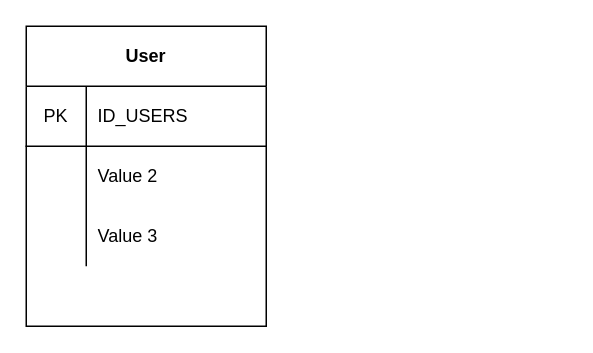
This is tab.drawio from mariapiagianguzzi/php-oop-2, a draw.io file, before an edit. Source tidied: cells renumbered, new cells numbered last; positions are measured from the earlier drawing's top-left corner, leaving out a move shared by most shapes. Both pictures are drawn from the tidied source at 150%, with x=0, y=0 at pixel (26, 26).
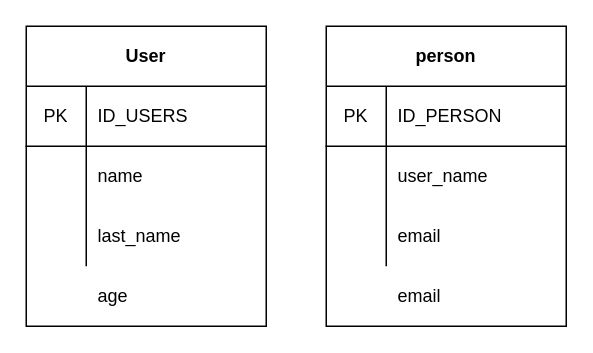
After the change.

Unchanged cells that the change refers to:
```xml
<mxCell id="6" style="shape=partialRectangle;html=1;whiteSpace=wrap;fillColor=none;top=0;left=0;bottom=0;right=0;" parent="2" vertex="1">
  <mxGeometry y="80" width="160" height="40" as="geometry" />
</mxCell>
<mxCell id="9" style="shape=partialRectangle;html=1;whiteSpace=wrap;fillColor=none;top=0;left=0;bottom=0;right=0;" parent="2" vertex="1">
  <mxGeometry y="120" width="160" height="40" as="geometry" />
</mxCell>
```

Change to the diagram source:
```diff
@@
-    <mxCell id="8" value="Value 2" style="shape=partialRectangle;html=1;whiteSpace=wrap;fillColor=none;top=0;left=0;bottom=0;right=0;align=left;spacingLeft=6;overflow=hidden;" parent="6" vertex="1">
+    <mxCell id="8" value="name" style="shape=partialRectangle;html=1;whiteSpace=wrap;fillColor=none;top=0;left=0;bottom=0;right=0;align=left;spacingLeft=6;overflow=hidden;" parent="6" vertex="1">
       <mxGeometry x="40" width="120" height="40" as="geometry" />
     </mxCell>
@@
-    <mxCell id="11" value="Value 3" style="shape=partialRectangle;html=1;whiteSpace=wrap;fillColor=none;top=0;left=0;bottom=0;right=0;align=left;spacingLeft=6;overflow=hidden;" parent="9" vertex="1">
+    <mxCell id="11" value="last_name" style="shape=partialRectangle;html=1;whiteSpace=wrap;fillColor=none;top=0;left=0;bottom=0;right=0;align=left;spacingLeft=6;overflow=hidden;" parent="9" vertex="1">
       <mxGeometry x="40" width="120" height="40" as="geometry" />
     </mxCell>
+    <mxCell id="12" style="shape=partialRectangle;html=1;whiteSpace=wrap;fillColor=none;top=0;left=0;bottom=0;right=0;" parent="1" vertex="1">
+      <mxGeometry y="160" width="160" height="40" as="geometry" />
+    </mxCell>
+    <mxCell id="13" style="shape=partialRectangle;html=1;whiteSpace=wrap;fillColor=none;top=0;left=0;bottom=0;right=0;overflow=hidden;" parent="12" vertex="1">
+      <mxGeometry width="40" height="40" as="geometry" />
+    </mxCell>
+    <mxCell id="14" style="shape=partialRectangle;html=1;whiteSpace=wrap;fillColor=none;top=0;left=0;bottom=0;right=0;" parent="1" vertex="1">
+      <mxGeometry y="160" width="160" height="40" as="geometry" />
+    </mxCell>
+    <mxCell id="15" style="shape=partialRectangle;html=1;whiteSpace=wrap;fillColor=none;top=0;left=0;bottom=0;right=0;overflow=hidden;" parent="14" vertex="1">
+      <mxGeometry width="40" height="40" as="geometry" />
+    </mxCell>
+    <mxCell id="16" value="age" style="shape=partialRectangle;html=1;whiteSpace=wrap;fillColor=none;top=0;left=0;bottom=0;right=0;align=left;spacingLeft=6;overflow=hidden;" parent="14" vertex="1">
+      <mxGeometry x="40" width="120" height="40" as="geometry" />
+    </mxCell>
+    <mxCell id="17" value="person" style="shape=table;html=1;whiteSpace=wrap;startSize=40;childLayout=tableLayout;rowLines=0;fontStyle=1;align=center;" parent="1" vertex="1">
+      <mxGeometry x="200" width="160" height="200" as="geometry" />
+    </mxCell>
+    <mxCell id="18" style="shape=partialRectangle;html=1;whiteSpace=wrap;fillColor=none;top=0;left=0;bottom=1;right=0;" parent="17" vertex="1">
+      <mxGeometry y="40" width="160" height="40" as="geometry" />
+    </mxCell>
+    <mxCell id="19" value="PK" style="shape=partialRectangle;html=1;whiteSpace=wrap;fillColor=none;top=0;left=0;bottom=0;right=0;overflow=hidden;" parent="18" vertex="1">
+      <mxGeometry width="40" height="40" as="geometry" />
+    </mxCell>
+    <mxCell id="20" value="ID_PERSON" style="shape=partialRectangle;html=1;whiteSpace=wrap;fillColor=none;top=0;left=0;bottom=0;right=0;align=left;spacingLeft=6;overflow=hidden;" parent="18" vertex="1">
+      <mxGeometry x="40" width="120" height="40" as="geometry" />
+    </mxCell>
+    <mxCell id="21" style="shape=partialRectangle;html=1;whiteSpace=wrap;fillColor=none;top=0;left=0;bottom=0;right=0;" parent="17" vertex="1">
+      <mxGeometry y="80" width="160" height="40" as="geometry" />
+    </mxCell>
+    <mxCell id="22" style="shape=partialRectangle;html=1;whiteSpace=wrap;fillColor=none;top=0;left=0;bottom=0;right=0;overflow=hidden;" parent="21" vertex="1">
+      <mxGeometry width="40" height="40" as="geometry" />
+    </mxCell>
+    <mxCell id="23" value="user_name" style="shape=partialRectangle;html=1;whiteSpace=wrap;fillColor=none;top=0;left=0;bottom=0;right=0;align=left;spacingLeft=6;overflow=hidden;" parent="21" vertex="1">
+      <mxGeometry x="40" width="120" height="40" as="geometry" />
+    </mxCell>
+    <mxCell id="24" style="shape=partialRectangle;html=1;whiteSpace=wrap;fillColor=none;top=0;left=0;bottom=0;right=0;" parent="17" vertex="1">
+      <mxGeometry y="120" width="160" height="40" as="geometry" />
+    </mxCell>
+    <mxCell id="25" style="shape=partialRectangle;html=1;whiteSpace=wrap;fillColor=none;top=0;left=0;bottom=0;right=0;overflow=hidden;" parent="24" vertex="1">
+      <mxGeometry width="40" height="40" as="geometry" />
+    </mxCell>
+    <mxCell id="26" value="email" style="shape=partialRectangle;html=1;whiteSpace=wrap;fillColor=none;top=0;left=0;bottom=0;right=0;align=left;spacingLeft=6;overflow=hidden;" parent="24" vertex="1">
+      <mxGeometry x="40" width="120" height="40" as="geometry" />
+    </mxCell>
+    <mxCell id="27" style="shape=partialRectangle;html=1;whiteSpace=wrap;fillColor=none;top=0;left=0;bottom=0;right=0;" parent="1" vertex="1">
+      <mxGeometry x="200" y="160" width="160" height="40" as="geometry" />
+    </mxCell>
+    <mxCell id="28" style="shape=partialRectangle;html=1;whiteSpace=wrap;fillColor=none;top=0;left=0;bottom=0;right=0;overflow=hidden;" parent="27" vertex="1">
+      <mxGeometry width="40" height="40" as="geometry" />
+    </mxCell>
+    <mxCell id="29" value="email" style="shape=partialRectangle;html=1;whiteSpace=wrap;fillColor=none;top=0;left=0;bottom=0;right=0;align=left;spacingLeft=6;overflow=hidden;" parent="27" vertex="1">
+      <mxGeometry x="40" width="120" height="40" as="geometry" />
+    </mxCell>
```
